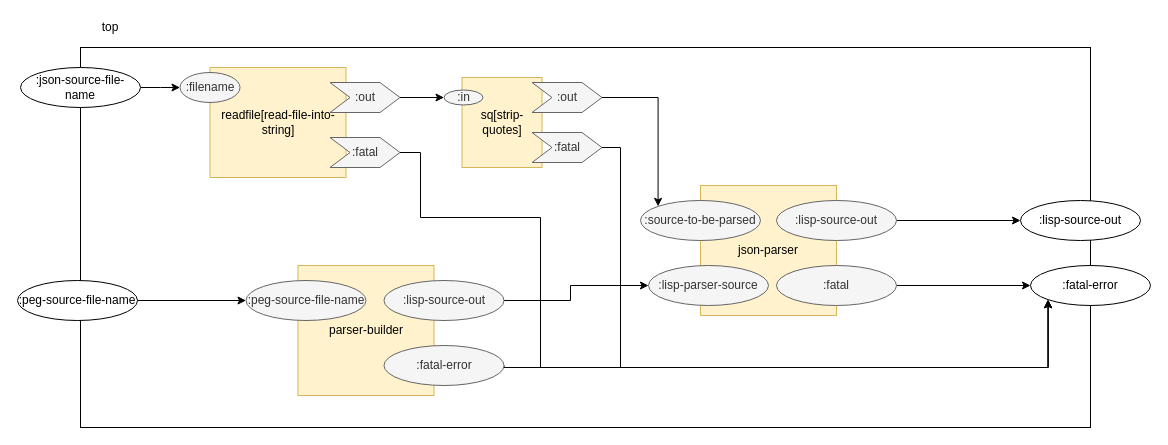
This is build_process/cl-build/json-parser.drawio from bmfbp/bmfbp, a draw.io file, before an edit. Source tidied: cells renumbered, new cells numbered last; positions are measured from the earlier drawing's top-left corner, leaving out a move shared by most shapes. Both pictures are drawn from the tidied source at 100%, with x=0, y=0 at pixel (17, 17).
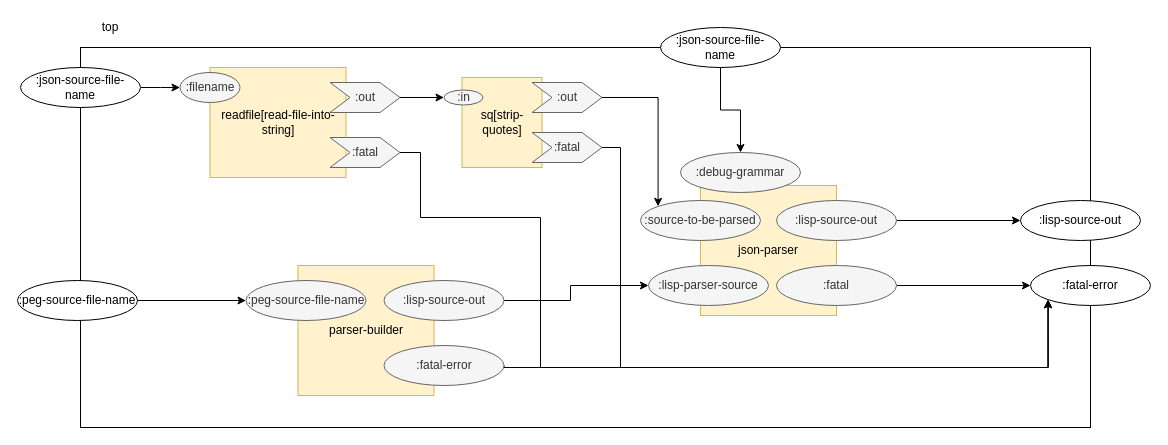
The same page after the edit.

Commit message:
added :debug-grammar  input pin

Change to the diagram source:
```diff
@@
+    <mxCell id="35" value=":debug-grammar" style="ellipse;whiteSpace=wrap;html=1;fillColor=#f5f5f5;strokeColor=#666666;fontColor=#333333;" parent="1" vertex="1">
+      <mxGeometry x="663" y="135" width="120" height="40" as="geometry" />
+    </mxCell>
+    <mxCell id="36" style="edgeStyle=orthogonalEdgeStyle;rounded=0;jettySize=auto;html=1;exitX=0.5;exitY=1;exitDx=0;exitDy=0;" parent="1" edge="1" source="37" target="35">
+      <mxGeometry relative="1" as="geometry" />
+    </mxCell>
+    <mxCell id="37" value=":json-source-file-name" style="ellipse;whiteSpace=wrap;html=1;" parent="1" vertex="1">
+      <mxGeometry x="643" y="10" width="120" height="40" as="geometry" />
+    </mxCell>
```
